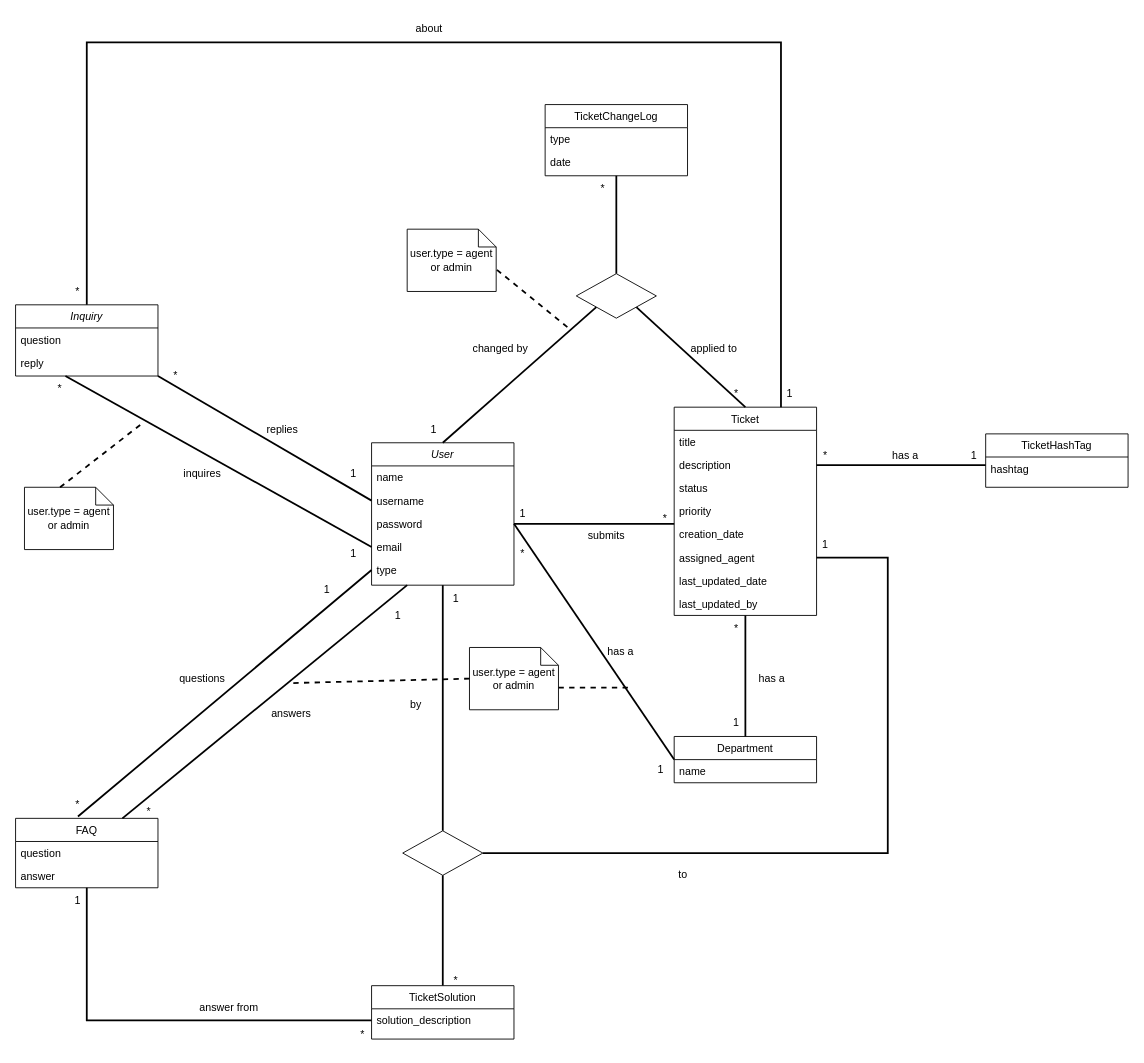
The draw.io diagram website_db_uml.drawio in gcsam11/LTWProject, before the edit. Source tidied: cells renumbered, new cells numbered last; positions are measured from the earlier drawing's top-left corner, leaving out a move shared by most shapes. Both pictures are drawn from the tidied source at 89%, with x=0, y=0 at pixel (15, 15).
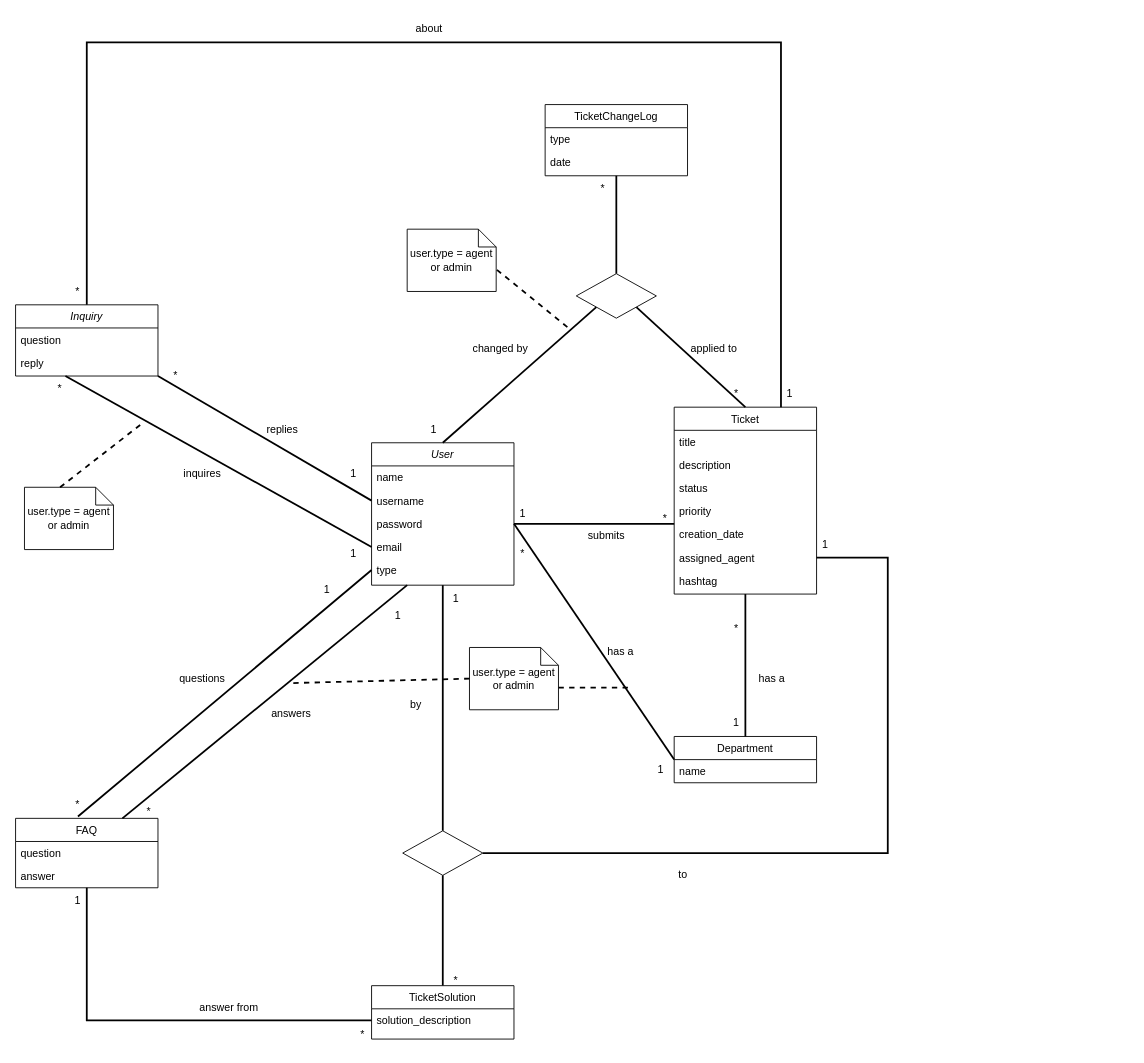
Above is the later version.

Unchanged cells that the change refers to:
```xml
<mxCell id="8" value="Department" style="swimlane;fontStyle=0;align=center;verticalAlign=top;horizontal=1;startSize=26;rounded=0;shadow=0;strokeWidth=1;" parent="1" vertex="1">
  <mxGeometry x="740" y="810" width="160" height="52" as="geometry" />
</mxCell>
<mxCell id="15" value="description" style="text;align=left;verticalAlign=top;spacingLeft=4;spacingRight=4;overflow=hidden;points=[[0,0.5],[1,0.5]];portConstraint=eastwest;rounded=0;shadow=0;html=0;" parent="13" vertex="1">
  <mxGeometry y="52" width="160" height="26" as="geometry" />
</mxCell>
```

What changed in the source:
```diff
@@
     <mxCell id="13" value="Ticket" style="swimlane;fontStyle=0;align=center;verticalAlign=top;horizontal=1;startSize=26;rounded=0;shadow=0;strokeWidth=1;" parent="1" vertex="1">
-      <mxGeometry x="740" y="440" width="160" height="234" as="geometry" />
+      <mxGeometry x="740" y="440" width="160" height="210" as="geometry" />
     </mxCell>
@@
-    <mxCell id="20" value="last_updated_date" style="text;align=left;verticalAlign=top;spacingLeft=4;spacingRight=4;overflow=hidden;rounded=0;shadow=0;html=0;" parent="13" vertex="1">
-      <mxGeometry y="182" width="160" height="26" as="geometry" />
-    </mxCell>
-    <mxCell id="21" value="last_updated_by" style="text;align=left;verticalAlign=top;spacingLeft=4;spacingRight=4;overflow=hidden;points=[[0,0.5],[1,0.5]];portConstraint=eastwest;rounded=0;shadow=0;html=0;" parent="13" vertex="1">
-      <mxGeometry y="208" width="160" height="26" as="geometry" />
-    </mxCell>
+    <mxCell id="66" value="hashtag" style="text;align=left;verticalAlign=top;spacingLeft=4;spacingRight=4;overflow=hidden;rounded=0;shadow=0;html=0;" parent="13" vertex="1">
+      <mxGeometry y="182" width="160" height="26" as="geometry" />
+    </mxCell>
@@
-    <mxCell id="26" style="endArrow=none;html=1;rounded=0;strokeWidth=2;exitX=0.5;exitY=0;exitDx=0;exitDy=0;" parent="1" edge="1" source="8" target="21">
-      <mxGeometry relative="1" as="geometry" />
+    <mxCell id="26" style="endArrow=none;html=1;rounded=0;strokeWidth=2;exitX=0.5;exitY=0;exitDx=0;exitDy=0;" parent="1" edge="1" source="8">
+      <mxGeometry relative="1" as="geometry">
+        <mxPoint x="820" y="650" as="targetPoint" />
+      </mxGeometry>
     </mxCell>
@@
-    <mxCell id="65" value="TicketHashTag" style="swimlane;fontStyle=0;align=center;verticalAlign=top;horizontal=1;startSize=26;rounded=0;shadow=0;strokeWidth=1;" parent="1" vertex="1">
-      <mxGeometry x="1090" y="470" width="160" height="60" as="geometry" />
-    </mxCell>
-    <mxCell id="66" value="hashtag" style="text;align=left;verticalAlign=top;spacingLeft=4;spacingRight=4;overflow=hidden;" parent="65" vertex="1">
-      <mxGeometry y="26" width="160" height="26" as="geometry" />
-    </mxCell>
-    <mxCell id="67" style="endArrow=none;html=1;rounded=0;strokeWidth=2;entryX=1;entryY=0.5;entryDx=0;entryDy=0;" parent="1" edge="1" target="15">
-      <mxGeometry relative="1" as="geometry">
-        <mxPoint x="1090" y="505" as="sourcePoint" />
-      </mxGeometry>
-    </mxCell>
-    <mxCell id="68" value="has a" style="text;html=1;strokeColor=none;fillColor=none;align=center;verticalAlign=middle;whiteSpace=wrap;rounded=0;" parent="1" vertex="1">
-      <mxGeometry x="970" y="480" width="60" height="30" as="geometry" />
-    </mxCell>
@@
-    <mxCell id="71" value="*" style="text;html=1;strokeColor=none;fillColor=none;align=center;verticalAlign=middle;whiteSpace=wrap;rounded=0;" parent="1" vertex="1">
-      <mxGeometry x="880" y="480" width="60" height="30" as="geometry" />
-    </mxCell>
@@
-    <mxCell id="78" value="1" style="text;html=1;strokeColor=none;fillColor=none;align=center;verticalAlign=middle;whiteSpace=wrap;rounded=0;" parent="1" vertex="1">
-      <mxGeometry x="1047" y="480" width="60" height="30" as="geometry" />
-    </mxCell>
```
